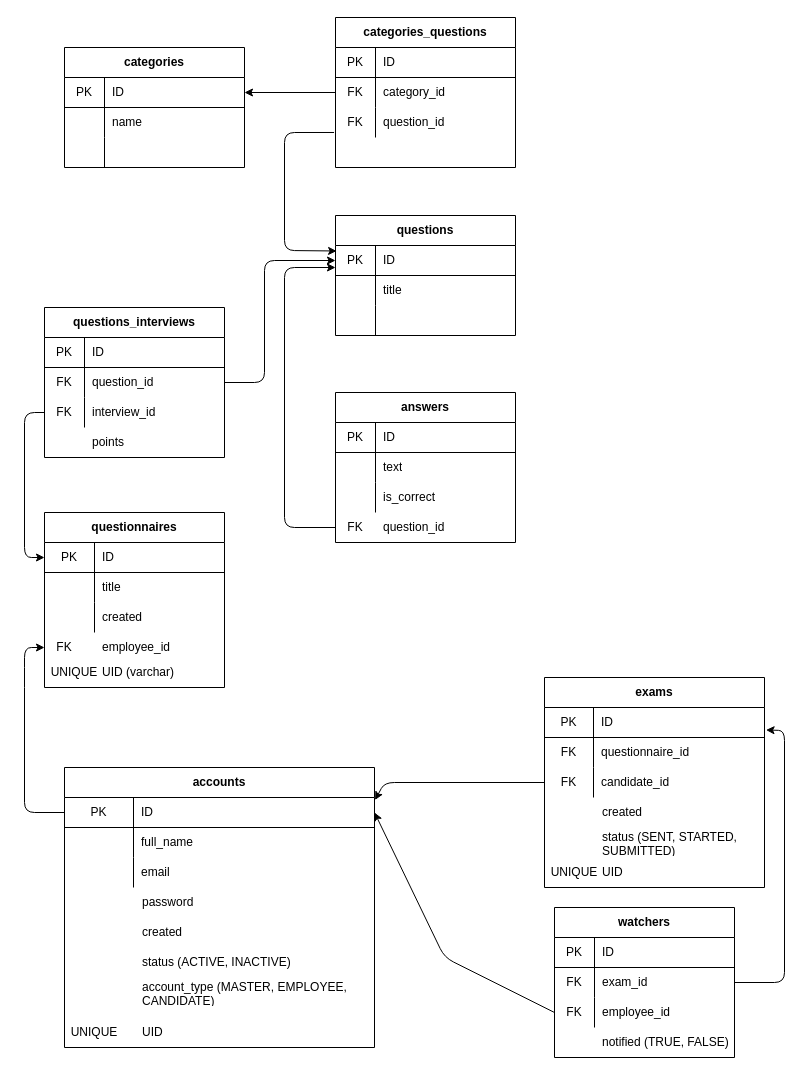
The draw.io diagram Untitled Diagram.drawio in marina-bozic/s3-terraform, before the edit. Source tidied: cells renumbered, new cells numbered last; positions are measured from the earlier drawing's top-left corner, leaving out a move shared by most shapes. Both pictures are drawn from the tidied source at 100%, with x=0, y=0 at pixel (24, 17).
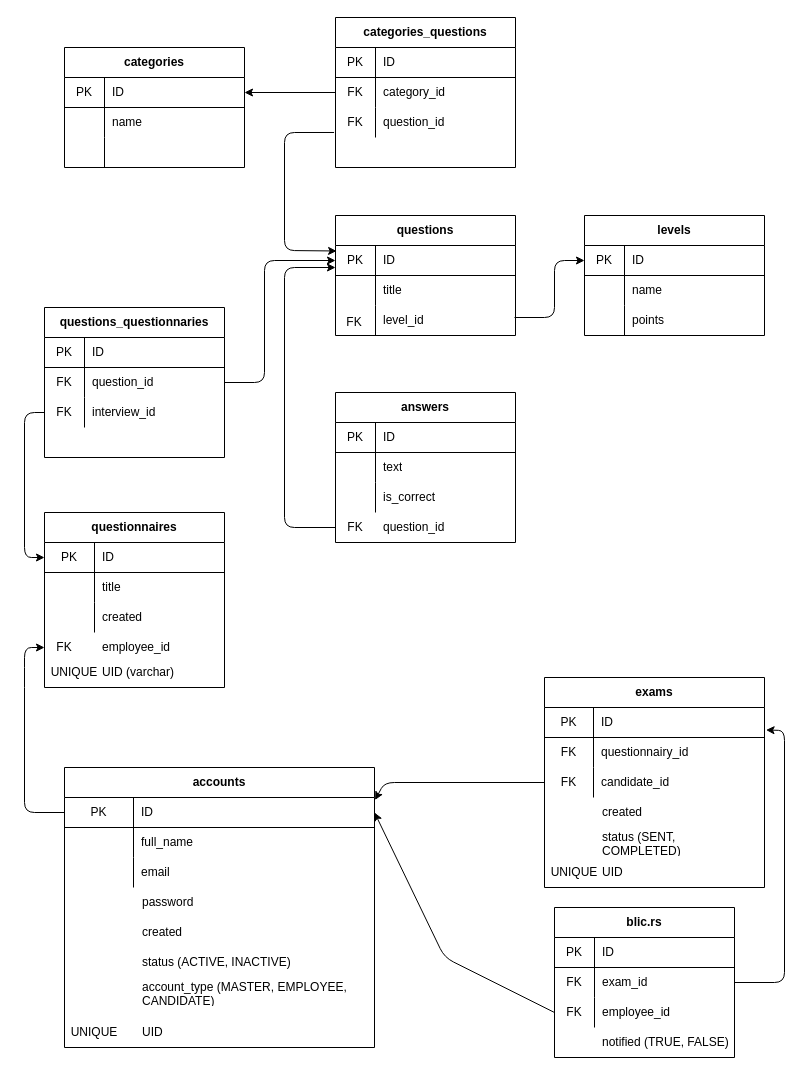
Above is the later version.

The change refers to these unchanged cells:
```xml
<mxCell id="91" style="shape=partialRectangle;html=1;whiteSpace=wrap;fillColor=none;top=0;left=0;bottom=0;right=0;" parent="87" vertex="1">
  <mxGeometry y="60" width="220" height="30" as="geometry" />
</mxCell>
```

Diff of the diagram source:
```diff
@@
-    <mxCell id="47" value="questions_interviews" style="shape=table;html=1;whiteSpace=wrap;startSize=30;childLayout=tableLayout;rowLines=0;fontStyle=1;align=center;" parent="1" vertex="1">
+    <mxCell id="47" value="questions_questionnaries" style="shape=table;html=1;whiteSpace=wrap;startSize=30;childLayout=tableLayout;rowLines=0;fontStyle=1;align=center;" parent="1" vertex="1">
       <mxGeometry x="20" y="290" width="180" height="150" as="geometry" />
     </mxCell>
@@
-    <mxCell id="57" value="points" style="shape=partialRectangle;html=1;whiteSpace=wrap;fillColor=none;top=0;left=0;bottom=0;right=0;align=left;spacingLeft=6;overflow=hidden;" parent="1" vertex="1">
+    <mxCell id="57" style="shape=partialRectangle;html=1;whiteSpace=wrap;fillColor=none;top=0;left=0;bottom=0;right=0;align=left;spacingLeft=6;overflow=hidden;" parent="1" vertex="1">
       <mxGeometry x="60" y="410" width="140" height="30" as="geometry" />
     </mxCell>
@@
-    <mxCell id="93" value="questionnaire_id" style="shape=partialRectangle;html=1;whiteSpace=wrap;fillColor=none;top=0;left=0;bottom=0;right=0;align=left;spacingLeft=6;overflow=hidden;" parent="91" vertex="1">
+    <mxCell id="93" value="questionnairy_id" style="shape=partialRectangle;html=1;whiteSpace=wrap;fillColor=none;top=0;left=0;bottom=0;right=0;align=left;spacingLeft=6;overflow=hidden;" parent="91" vertex="1">
       <mxGeometry x="49" width="171" height="30" as="geometry" />
     </mxCell>
@@
-    <mxCell id="100" value="status (SENT, STARTED, SUBMITTED)" style="shape=partialRectangle;html=1;whiteSpace=wrap;fillColor=none;top=0;left=0;bottom=0;right=0;align=left;spacingLeft=6;overflow=hidden;" parent="1" vertex="1">
+    <mxCell id="100" value="status (SENT, COMPLETED)" style="shape=partialRectangle;html=1;whiteSpace=wrap;fillColor=none;top=0;left=0;bottom=0;right=0;align=left;spacingLeft=6;overflow=hidden;" parent="1" vertex="1">
       <mxGeometry x="570" y="810" width="160" height="30" as="geometry" />
     </mxCell>
-    <mxCell id="101" value="watchers" style="shape=table;html=1;whiteSpace=wrap;startSize=30;childLayout=tableLayout;rowLines=0;fontStyle=1;align=center;" parent="1" vertex="1">
+    <mxCell id="101" value="blic.rs&lt;br&gt;" style="shape=table;html=1;whiteSpace=wrap;startSize=30;childLayout=tableLayout;rowLines=0;fontStyle=1;align=center;" parent="1" vertex="1">
       <mxGeometry x="530" y="890" width="180" height="150" as="geometry" />
     </mxCell>
@@
+    <mxCell id="119" value="level_id" style="shape=partialRectangle;html=1;whiteSpace=wrap;fillColor=none;top=0;left=0;bottom=0;right=0;align=left;spacingLeft=6;overflow=hidden;" parent="1" vertex="1">
+      <mxGeometry x="351" y="288" width="140" height="30" as="geometry" />
+    </mxCell>
+    <mxCell id="120" value="FK" style="shape=partialRectangle;html=1;whiteSpace=wrap;fillColor=none;top=0;left=0;bottom=0;right=0;overflow=hidden;" parent="1" vertex="1">
+      <mxGeometry x="310" y="290" width="40" height="30" as="geometry" />
+    </mxCell>
+    <mxCell id="121" value="levels" style="shape=table;html=1;whiteSpace=wrap;startSize=30;childLayout=tableLayout;rowLines=0;fontStyle=1;align=center;" parent="1" vertex="1">
+      <mxGeometry x="560" y="198" width="180" height="120" as="geometry" />
+    </mxCell>
+    <mxCell id="122" style="shape=partialRectangle;html=1;whiteSpace=wrap;fillColor=none;top=0;left=0;bottom=1;right=0;points=[[0,0.5],[1,0.5]];portConstraint=eastwest;" parent="121" vertex="1">
+      <mxGeometry y="30" width="180" height="30" as="geometry" />
+    </mxCell>
+    <mxCell id="123" value="PK" style="shape=partialRectangle;html=1;whiteSpace=wrap;fillColor=none;top=0;left=0;bottom=0;right=0;overflow=hidden;" parent="122" vertex="1">
+      <mxGeometry width="40" height="30" as="geometry" />
+    </mxCell>
+    <mxCell id="124" value="ID" style="shape=partialRectangle;html=1;whiteSpace=wrap;fillColor=none;top=0;left=0;bottom=0;right=0;align=left;spacingLeft=6;overflow=hidden;" parent="122" vertex="1">
+      <mxGeometry x="40" width="140" height="30" as="geometry" />
+    </mxCell>
+    <mxCell id="125" style="shape=partialRectangle;html=1;whiteSpace=wrap;fillColor=none;top=0;left=0;bottom=0;right=0;" parent="121" vertex="1">
+      <mxGeometry y="60" width="180" height="30" as="geometry" />
+    </mxCell>
+    <mxCell id="126" style="shape=partialRectangle;html=1;whiteSpace=wrap;fillColor=none;top=0;left=0;bottom=0;right=0;overflow=hidden;" parent="125" vertex="1">
+      <mxGeometry width="40" height="30" as="geometry" />
+    </mxCell>
+    <mxCell id="127" value="name" style="shape=partialRectangle;html=1;whiteSpace=wrap;fillColor=none;top=0;left=0;bottom=0;right=0;align=left;spacingLeft=6;overflow=hidden;" parent="125" vertex="1">
+      <mxGeometry x="40" width="140" height="30" as="geometry" />
+    </mxCell>
+    <mxCell id="128" style="shape=partialRectangle;html=1;whiteSpace=wrap;fillColor=none;top=0;left=0;bottom=0;right=0;" parent="121" vertex="1">
+      <mxGeometry y="90" width="180" height="30" as="geometry" />
+    </mxCell>
+    <mxCell id="129" style="shape=partialRectangle;html=1;whiteSpace=wrap;fillColor=none;top=0;left=0;bottom=0;right=0;overflow=hidden;" parent="128" vertex="1">
+      <mxGeometry width="40" height="30" as="geometry" />
+    </mxCell>
+    <mxCell id="130" style="shape=partialRectangle;html=1;whiteSpace=wrap;fillColor=none;top=0;left=0;bottom=0;right=0;align=left;spacingLeft=6;overflow=hidden;" parent="128" vertex="1">
+      <mxGeometry x="40" width="140" height="30" as="geometry" />
+    </mxCell>
+    <mxCell id="131" value="points" style="shape=partialRectangle;html=1;whiteSpace=wrap;fillColor=none;top=0;left=0;bottom=0;right=0;align=left;spacingLeft=6;overflow=hidden;" parent="1" vertex="1">
+      <mxGeometry x="600" y="288" width="140" height="30" as="geometry" />
+    </mxCell>
+    <mxCell id="132" style="endArrow=classic;html=1;entryX=0;entryY=0.5;entryDx=0;entryDy=0;" parent="1" edge="1" target="122">
+      <mxGeometry relative="1" as="geometry">
+        <mxPoint x="490" y="300" as="sourcePoint" />
+        <Array as="points">
+          <mxPoint x="530" y="300" />
+          <mxPoint x="530" y="243" />
+        </Array>
+      </mxGeometry>
+    </mxCell>
```
